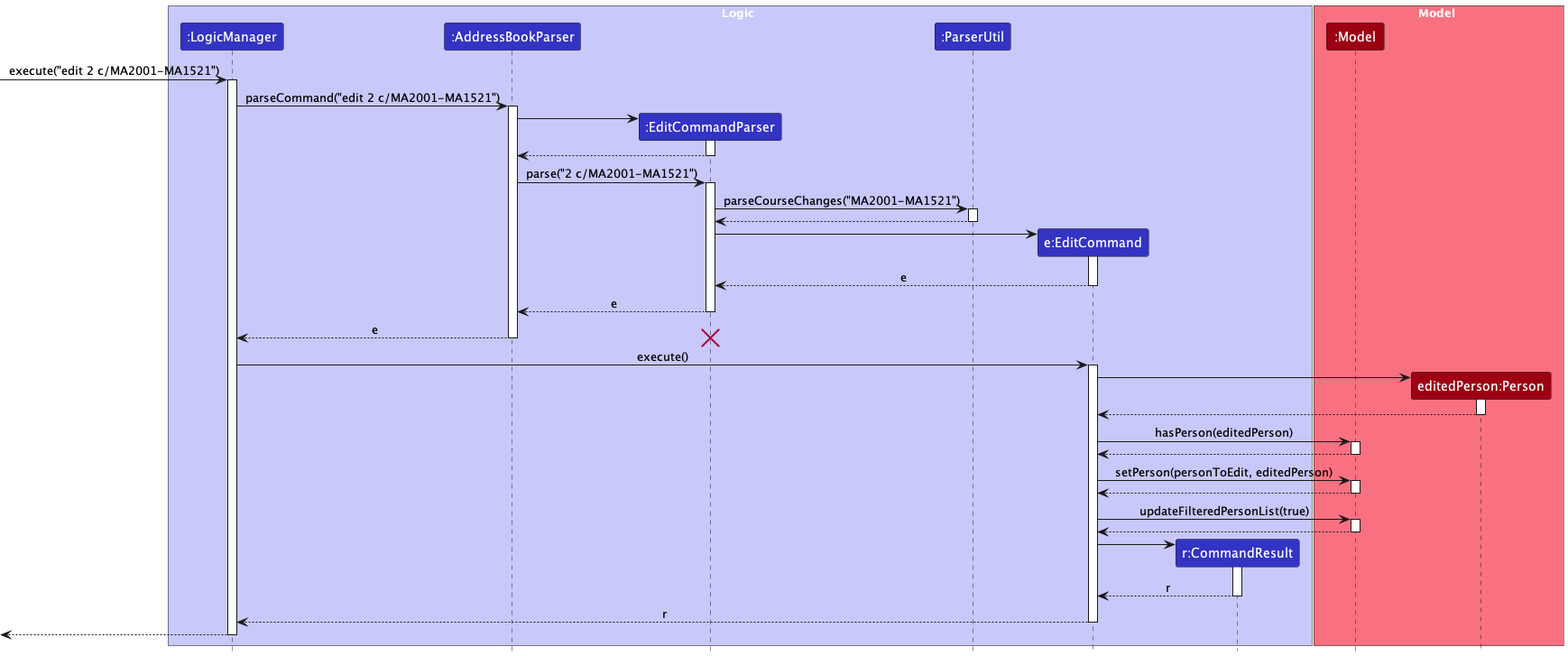
tanteckfang/tp keeps this PlantUML diagram as docs/images/EditSequenceDiagram-0.png. Above is the earlier version.
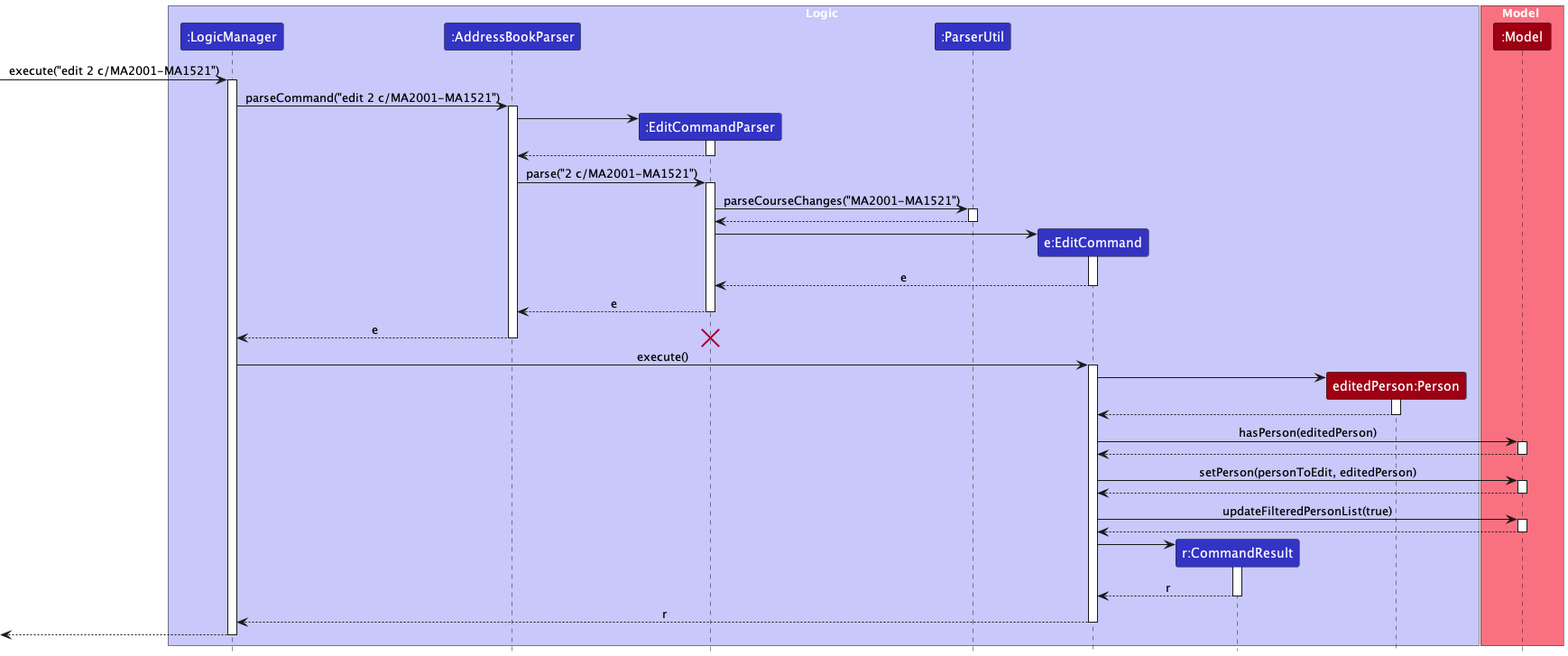
Above is the later version.

What changed in the source:
```diff
@@ -9,11 +9,11 @@
 participant ":ParserUtil" as ParserUtil LOGIC_COLOR
 participant "e:EditCommand" as EditCommand LOGIC_COLOR
 participant "r:CommandResult" as CommandResult LOGIC_COLOR
+participant "editedPerson:Person" as EditedPerson MODEL_COLOR
 end box
 
 box Model MODEL_COLOR_T1
 participant ":Model" as Model MODEL_COLOR
-participant "editedPerson:Person" as EditedPerson MODEL_COLOR
 end box
 [-> LogicManager : execute("edit 2 c/MA2001-MA1521")
 activate LogicManager
```
